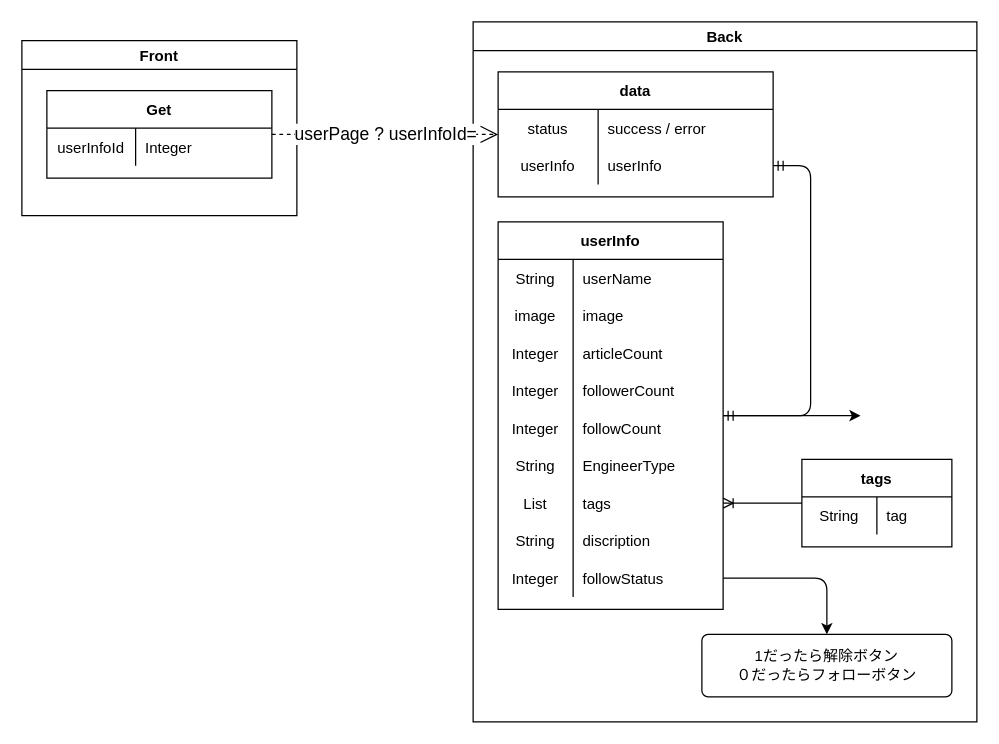
Earlier version of the draw.io diagram page "マイページ表示" (4 of 17) of Designs/基本設計.drawio (yusuke-rakus/Qiish). Source tidied: cells renumbered, new cells numbered last; positions are measured from the earlier drawing's top-left corner, leaving out a move shared by most shapes. Both pictures are drawn from the tidied source at 125%, with x=0, y=0 at pixel (21, 21).
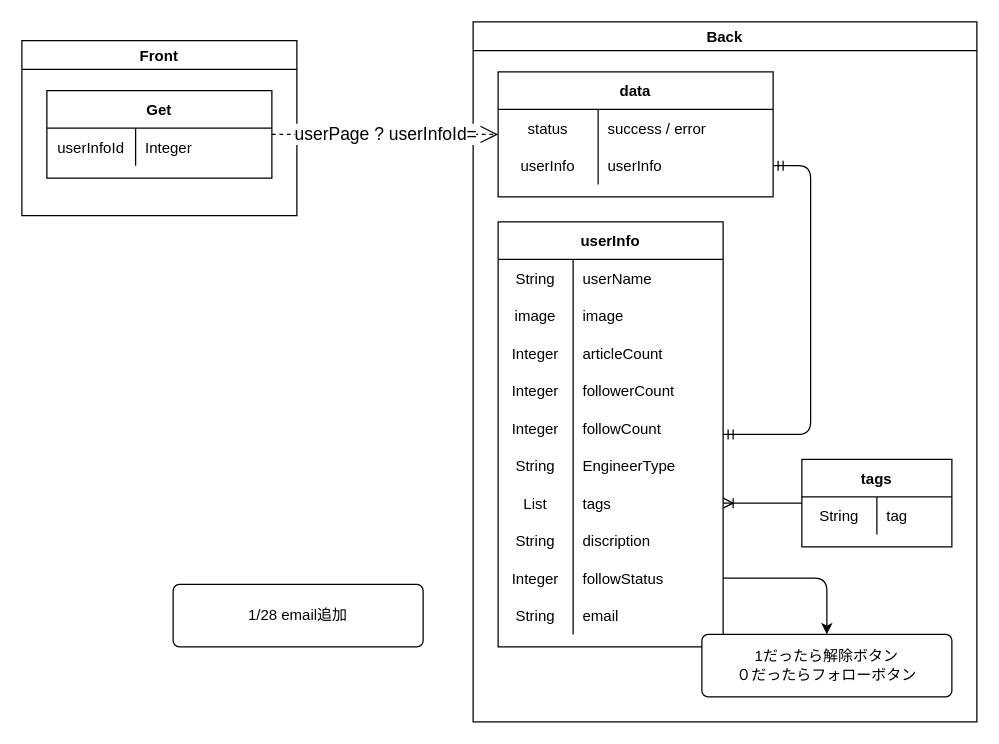
Above is the later version.

Commit message (it also covers changes not shown here):
マイページemailを取得できるように修正

Unchanged cells that the change refers to:
```xml
<mxCell id="7" value="Back" style="swimlane;" parent="1" vertex="1">
  <mxGeometry x="361" width="403" height="560" as="geometry" />
</mxCell>
```

What changed in the source:
```diff
@@
     <mxCell id="15" value="userInfo" style="shape=table;startSize=30;childLayout=tableLayout;rowLines=0;fontStyle=1;align=center;" parent="7" vertex="1">
-      <mxGeometry x="20" y="160" width="180" height="310" as="geometry" />
+      <mxGeometry x="20" y="160" width="180" height="340" as="geometry" />
     </mxCell>
@@
+    <mxCell id="53" style="shape=partialRectangle;fillColor=none;top=0;left=0;bottom=0;right=0;" parent="15" vertex="1">
+      <mxGeometry y="300" width="180" height="30" as="geometry" />
+    </mxCell>
+    <mxCell id="54" value="String" style="shape=partialRectangle;fillColor=none;top=0;left=0;bottom=0;right=0;overflow=hidden;" parent="53" vertex="1">
+      <mxGeometry width="60" height="30" as="geometry" />
+    </mxCell>
+    <mxCell id="55" value="email" style="shape=partialRectangle;fillColor=none;top=0;left=0;bottom=0;right=0;align=left;spacingLeft=6;overflow=hidden;" parent="53" vertex="1">
+      <mxGeometry x="60" width="120" height="30" as="geometry" />
+    </mxCell>
@@
-    <mxCell id="52" style="edgeStyle=orthogonalEdgeStyle;html=1;" parent="1" edge="1" source="15">
-      <mxGeometry relative="1" as="geometry">
-        <mxPoint x="671" y="315" as="targetPoint" />
-      </mxGeometry>
-    </mxCell>
+    <mxCell id="56" value="1/28 email追加" style="rounded=1;arcSize=10;whiteSpace=wrap;html=1;align=center;" parent="1" vertex="1">
+      <mxGeometry x="121" y="450" width="200" height="50" as="geometry" />
+    </mxCell>
```
